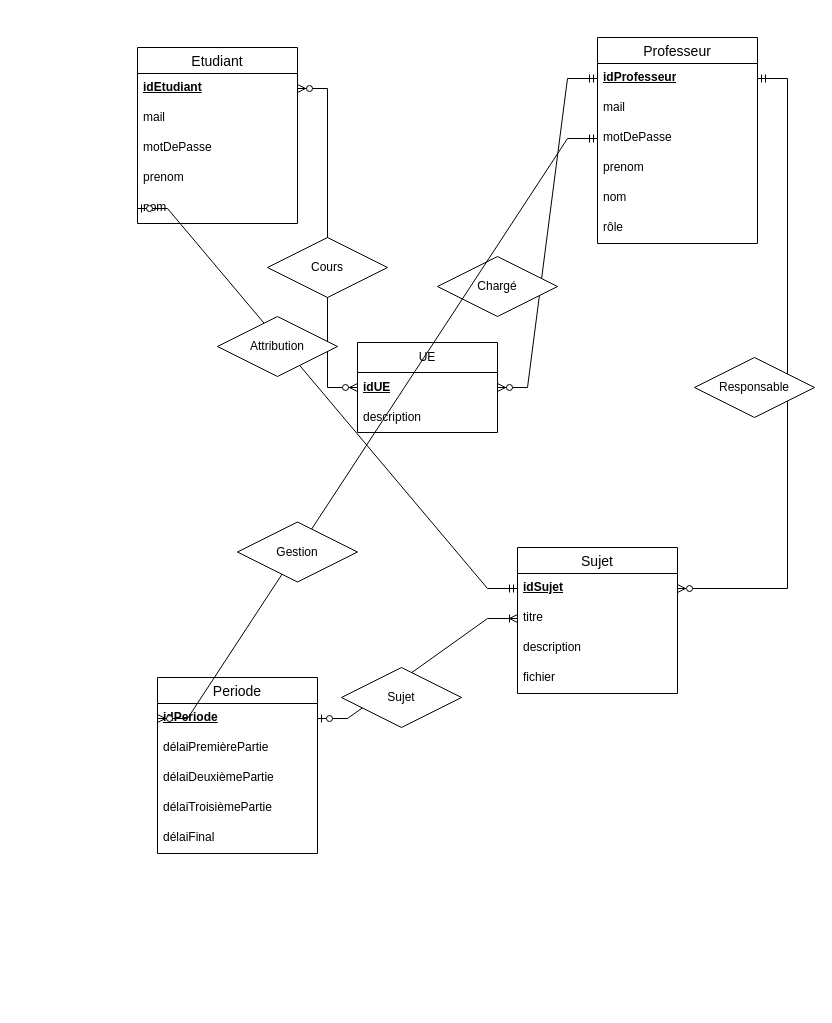
Above: page "Schéma entité-relation" (2 of 2) of Docs/diagrammes/entiteRelationBD.drawio in Eragon6080/ProjetLogiciel2024 (draw.io), before the change. Source tidied: cells renumbered, new cells numbered last; positions are measured from the earlier drawing's top-left corner, leaving out a move shared by most shapes. Both pictures are drawn from the tidied source at 100%, with x=0, y=0 at pixel (137, 37).
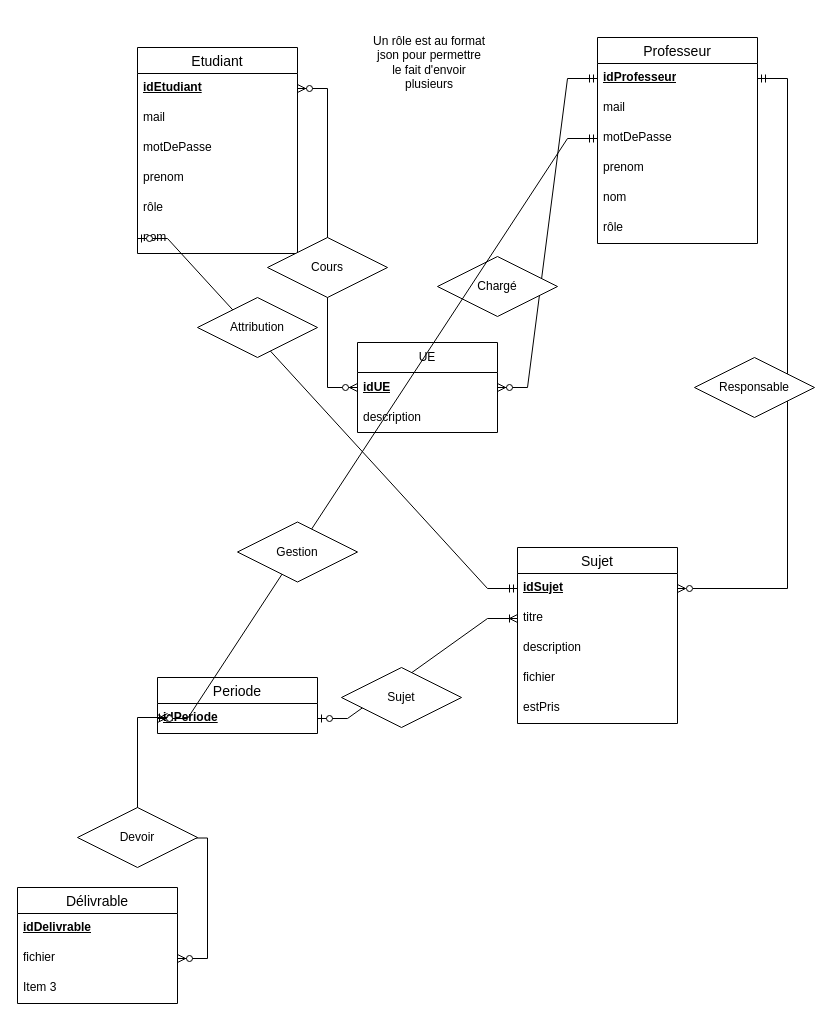
The same diagram, later.

The edit, as a diff of the source:
```diff
@@
     <mxCell id="2" value="Etudiant" style="swimlane;fontStyle=0;horizontal=1;startSize=26;align=center;fontSize=14;" parent="1" vertex="1">
-      <mxGeometry y="10" width="160" height="176" as="geometry" />
+      <mxGeometry y="10" width="160" height="206" as="geometry" />
     </mxCell>
@@
+    <mxCell id="41" value="rôle" style="text;strokeColor=none;fillColor=none;spacingLeft=4;spacingRight=4;overflow=hidden;fontSize=12;whiteSpace=wrap;html=1;" parent="2" vertex="1">
+      <mxGeometry y="146" width="160" height="30" as="geometry" />
+    </mxCell>
     <mxCell id="7" value="nom" style="text;strokeColor=none;fillColor=none;spacingLeft=4;spacingRight=4;overflow=hidden;points=[[0,0.5],[1,0.5]];portConstraint=eastwest;fontSize=12;whiteSpace=wrap;html=1;" parent="2" vertex="1">
-      <mxGeometry y="146" width="160" height="30" as="geometry" />
+      <mxGeometry y="176" width="160" height="30" as="geometry" />
     </mxCell>
@@
     <mxCell id="22" value="Sujet" style="swimlane;fontStyle=0;horizontal=1;startSize=26;align=center;fontSize=14;" parent="1" vertex="1">
-      <mxGeometry x="380" y="510" width="160" height="146" as="geometry" />
+      <mxGeometry x="380" y="510" width="160" height="176" as="geometry" />
     </mxCell>
@@
+    <mxCell id="42" value="estPris" style="text;strokeColor=none;fillColor=none;spacingLeft=4;spacingRight=4;overflow=hidden;fontSize=12;whiteSpace=wrap;html=1;" parent="22" vertex="1">
+      <mxGeometry y="146" width="160" height="30" as="geometry" />
+    </mxCell>
@@
     <mxCell id="30" value="Periode" style="swimlane;fontStyle=0;horizontal=1;startSize=26;align=center;fontSize=14;" parent="1" vertex="1">
-      <mxGeometry x="20" y="640" width="160" height="176" as="geometry" />
+      <mxGeometry x="20" y="640" width="160" height="56" as="geometry" />
     </mxCell>
@@
-    <mxCell id="32" value="délaiPremièrePartie" style="text;strokeColor=none;fillColor=none;spacingLeft=4;spacingRight=4;overflow=hidden;fontSize=12;whiteSpace=wrap;html=1;" parent="30" vertex="1">
-      <mxGeometry y="56" width="160" height="30" as="geometry" />
-    </mxCell>
-    <mxCell id="33" value="délaiDeuxièmePartie" style="text;strokeColor=none;fillColor=none;spacingLeft=4;spacingRight=4;overflow=hidden;fontSize=12;whiteSpace=wrap;html=1;" parent="30" vertex="1">
-      <mxGeometry y="86" width="160" height="30" as="geometry" />
-    </mxCell>
-    <mxCell id="34" value="délaiTroisièmePartie" style="text;strokeColor=none;fillColor=none;spacingLeft=4;spacingRight=4;overflow=hidden;fontSize=12;whiteSpace=wrap;html=1;" parent="30" vertex="1">
-      <mxGeometry y="116" width="160" height="30" as="geometry" />
-    </mxCell>
-    <mxCell id="35" value="délaiFinal" style="text;strokeColor=none;fillColor=none;spacingLeft=4;spacingRight=4;overflow=hidden;fontSize=12;whiteSpace=wrap;html=1;" parent="30" vertex="1">
-      <mxGeometry y="146" width="160" height="30" as="geometry" />
-    </mxCell>
     <mxCell id="36" value="Attribution" style="shape=rhombus;perimeter=rhombusPerimeter;whiteSpace=wrap;html=1;align=center;" parent="1" vertex="1">
-      <mxGeometry x="80" y="279" width="120" height="60" as="geometry" />
+      <mxGeometry x="60" y="260" width="120" height="60" as="geometry" />
     </mxCell>
@@
+    <mxCell id="43" value="Délivrable" style="swimlane;fontStyle=0;horizontal=1;startSize=26;align=center;fontSize=14;" parent="1" vertex="1">
+      <mxGeometry x="-120" y="850" width="160" height="116" as="geometry" />
+    </mxCell>
+    <mxCell id="44" value="&lt;b&gt;&lt;u&gt;idDelivrable&lt;/u&gt;&lt;/b&gt;" style="text;strokeColor=none;fillColor=none;spacingLeft=4;spacingRight=4;overflow=hidden;fontSize=12;whiteSpace=wrap;html=1;" parent="43" vertex="1">
+      <mxGeometry y="26" width="160" height="30" as="geometry" />
+    </mxCell>
+    <mxCell id="45" value="fichier" style="text;strokeColor=none;fillColor=none;spacingLeft=4;spacingRight=4;overflow=hidden;points=[[0,0.5],[1,0.5]];portConstraint=eastwest;fontSize=12;whiteSpace=wrap;html=1;" parent="43" vertex="1">
+      <mxGeometry y="56" width="160" height="30" as="geometry" />
+    </mxCell>
+    <mxCell id="46" value="Item 3" style="text;strokeColor=none;fillColor=none;spacingLeft=4;spacingRight=4;overflow=hidden;fontSize=12;whiteSpace=wrap;html=1;" parent="43" vertex="1">
+      <mxGeometry y="86" width="160" height="30" as="geometry" />
+    </mxCell>
+    <mxCell id="47" style="edgeStyle=entityRelationEdgeStyle;fontSize=12;html=1;endArrow=ERoneToMany;startArrow=ERzeroToMany;rounded=0;exitX=1;exitY=0.5;exitDx=0;exitDy=0;" parent="1" edge="1" source="45">
+      <mxGeometry relative="1" as="geometry">
+        <mxPoint x="30" y="680" as="targetPoint" />
+      </mxGeometry>
+    </mxCell>
+    <mxCell id="48" value="Devoir" style="shape=rhombus;perimeter=rhombusPerimeter;whiteSpace=wrap;html=1;align=center;" parent="1" vertex="1">
+      <mxGeometry x="-60" y="770" width="120" height="60" as="geometry" />
+    </mxCell>
+    <mxCell id="49" value="Un rôle est au format json pour permettre le fait d'envoir plusieurs" style="text;html=1;align=center;verticalAlign=middle;whiteSpace=wrap;rounded=0;" parent="1" vertex="1">
+      <mxGeometry x="234" y="-20" width="116" height="90" as="geometry" />
+    </mxCell>
```
